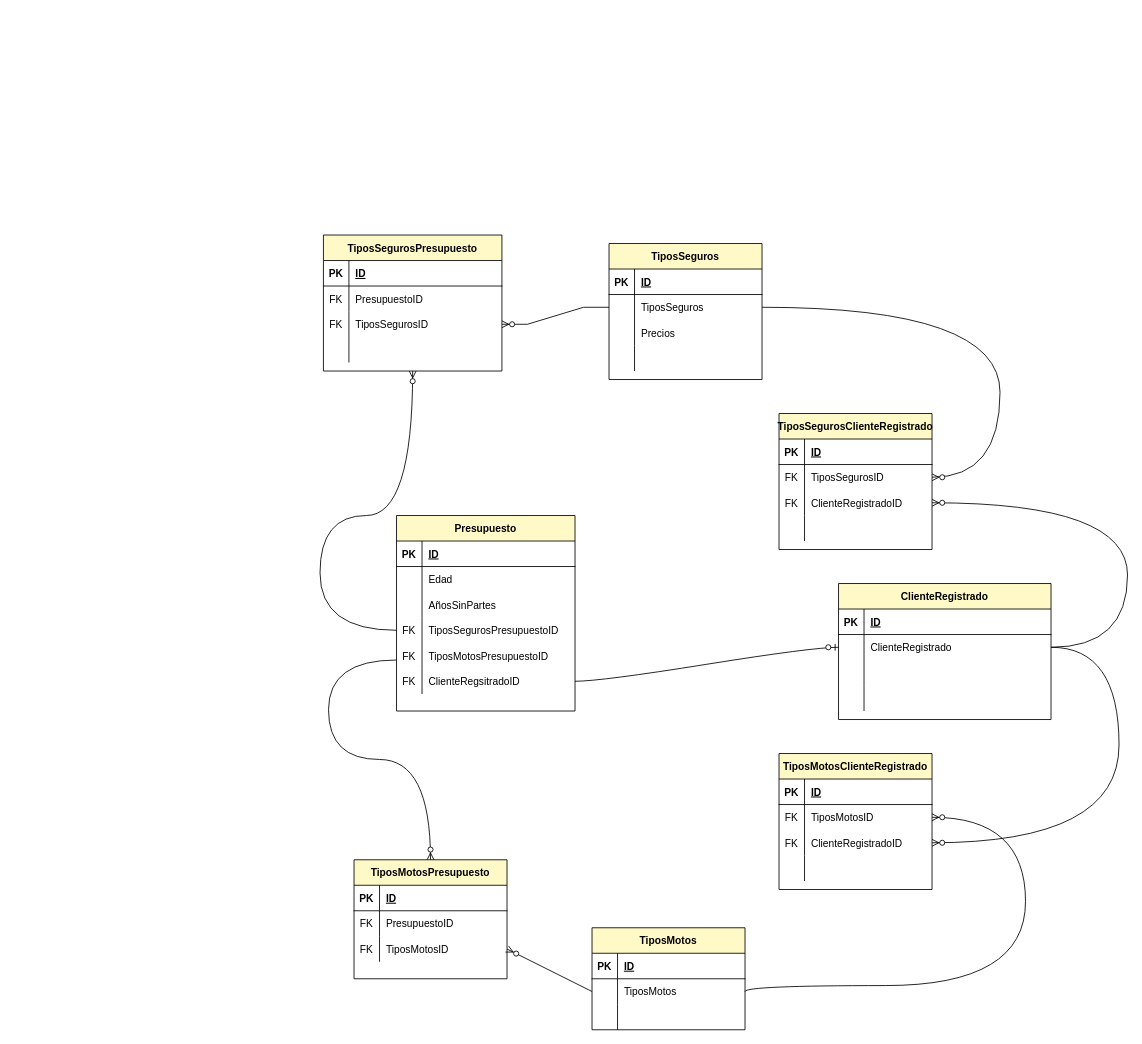
The draw.io diagram EjercicioSeguros.drawio in dawnrock/diagrams, before the edit. Source tidied: cells renumbered, new cells numbered last; positions are measured from the earlier drawing's top-left corner, leaving out a move shared by most shapes. Both pictures are drawn from the tidied source at 85%, with x=0, y=0 at pixel (320, 235).
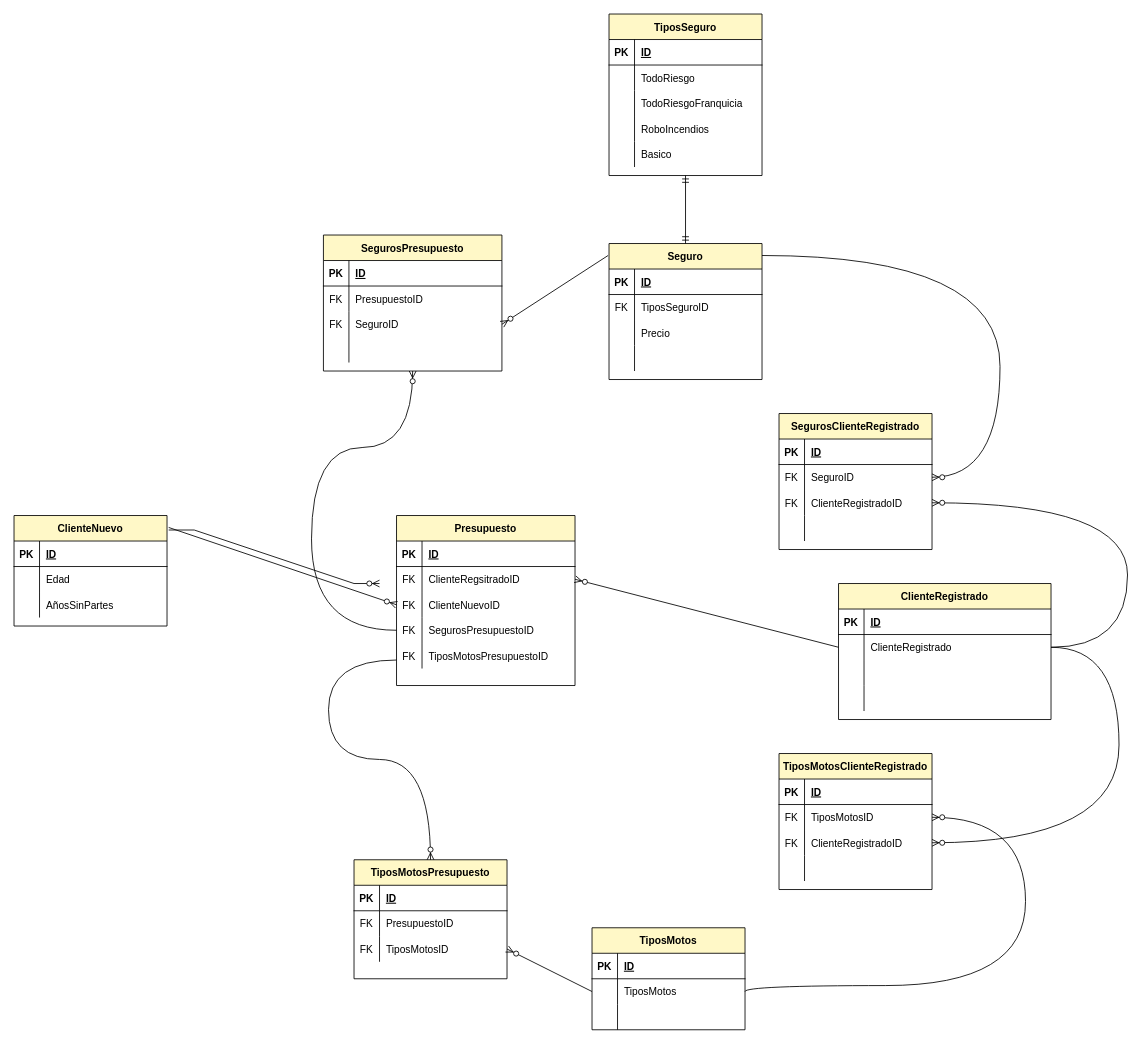
Above is the later version.

Unchanged cells that the change refers to:
```xml
<mxCell id="12" style="shape=partialRectangle;fillColor=none;top=0;left=0;bottom=0;right=0;points=[[0,0.5],[1,0.5]];portConstraint=eastwest;" parent="2" vertex="1">
  <mxGeometry y="120" width="210" height="30" as="geometry" />
</mxCell>
<mxCell id="35" style="shape=partialRectangle;fillColor=none;top=0;left=0;bottom=0;right=0;points=[[0,0.5],[1,0.5]];portConstraint=eastwest;" parent="31" vertex="1">
  <mxGeometry y="60" width="180" height="30" as="geometry" />
</mxCell>
<mxCell id="38" style="shape=partialRectangle;fillColor=none;top=0;left=0;bottom=0;right=0;" parent="31" vertex="1">
  <mxGeometry y="90" width="180" height="30" as="geometry" />
</mxCell>
<mxCell id="51" style="shape=partialRectangle;fillColor=none;top=0;left=0;bottom=0;right=0;points=[[0,0.5],[1,0.5]];portConstraint=eastwest;" parent="44" vertex="1">
  <mxGeometry y="90" width="210" height="30" as="geometry" />
</mxCell>
<mxCell id="73" style="shape=partialRectangle;fillColor=none;top=0;left=0;bottom=0;right=0;points=[[0,0.5],[1,0.5]];portConstraint=eastwest;" parent="69" vertex="1">
  <mxGeometry y="60" width="250" height="30" as="geometry" />
</mxCell>
<mxCell id="86" style="shape=partialRectangle;fillColor=none;top=0;left=0;bottom=0;right=0;points=[[0,0.5],[1,0.5]];portConstraint=eastwest;" parent="82" vertex="1">
  <mxGeometry y="60" width="180" height="30" as="geometry" />
</mxCell>
```

Change to the diagram source:
```diff
@@
     <mxCell id="2" value="Presupuesto" style="shape=table;startSize=30;childLayout=tableLayout;rowLines=0;fontStyle=1;align=center;fillColor=#FFF8C7;" parent="1" vertex="1">
-      <mxGeometry x="90" y="330" width="210" height="230" as="geometry" />
+      <mxGeometry x="90" y="330" width="210" height="200" as="geometry" />
     </mxCell>
@@
-    <mxCell id="6" style="shape=partialRectangle;fillColor=none;top=0;left=0;bottom=0;right=0;" parent="2" vertex="1">
-      <mxGeometry y="60" width="210" height="30" as="geometry" />
-    </mxCell>
-    <mxCell id="7" style="shape=partialRectangle;fillColor=none;top=0;left=0;bottom=0;right=0;overflow=hidden;" parent="6" vertex="1">
-      <mxGeometry width="30" height="30" as="geometry" />
-    </mxCell>
-    <mxCell id="8" value="Edad" style="shape=partialRectangle;fillColor=none;top=0;left=0;bottom=0;right=0;align=left;spacingLeft=6;overflow=hidden;" parent="6" vertex="1">
-      <mxGeometry x="30" width="180" height="30" as="geometry" />
-    </mxCell>
-    <mxCell id="9" style="shape=partialRectangle;fillColor=none;top=0;left=0;bottom=0;right=0;" parent="2" vertex="1">
-      <mxGeometry y="90" width="210" height="30" as="geometry" />
-    </mxCell>
-    <mxCell id="10" style="shape=partialRectangle;fillColor=none;top=0;left=0;bottom=0;right=0;overflow=hidden;" parent="9" vertex="1">
-      <mxGeometry width="30" height="30" as="geometry" />
-    </mxCell>
-    <mxCell id="11" value="AñosSinPartes" style="shape=partialRectangle;fillColor=none;top=0;left=0;bottom=0;right=0;align=left;spacingLeft=6;overflow=hidden;" parent="9" vertex="1">
-      <mxGeometry x="30" width="180" height="30" as="geometry" />
-    </mxCell>
+    <mxCell id="18" style="shape=partialRectangle;fillColor=none;top=0;left=0;bottom=0;right=0;points=[[0,0.5],[1,0.5]];portConstraint=eastwest;" parent="2" vertex="1">
+      <mxGeometry y="60" width="210" height="30" as="geometry" />
+    </mxCell>
+    <mxCell id="19" value="FK" style="shape=partialRectangle;fillColor=none;top=0;left=0;bottom=0;right=0;overflow=hidden;" parent="18" vertex="1">
+      <mxGeometry width="30" height="30" as="geometry" />
+    </mxCell>
+    <mxCell id="20" value="ClienteRegsitradoID" style="shape=partialRectangle;fillColor=none;top=0;left=0;bottom=0;right=0;align=left;spacingLeft=6;overflow=hidden;" parent="18" vertex="1">
+      <mxGeometry x="30" width="180" height="30" as="geometry" />
+    </mxCell>
+    <mxCell id="115" style="shape=partialRectangle;fillColor=none;top=0;left=0;bottom=0;right=0;points=[[0,0.5],[1,0.5]];portConstraint=eastwest;" parent="2" vertex="1">
+      <mxGeometry y="90" width="210" height="30" as="geometry" />
+    </mxCell>
+    <mxCell id="116" value="FK" style="shape=partialRectangle;fillColor=none;top=0;left=0;bottom=0;right=0;overflow=hidden;" parent="115" vertex="1">
+      <mxGeometry width="30" height="30" as="geometry" />
+    </mxCell>
+    <mxCell id="117" value="ClienteNuevoID" style="shape=partialRectangle;fillColor=none;top=0;left=0;bottom=0;right=0;align=left;spacingLeft=6;overflow=hidden;" parent="115" vertex="1">
+      <mxGeometry x="30" width="180" height="30" as="geometry" />
+    </mxCell>
@@
-    <mxCell id="14" value="TiposSegurosPresupuestoID" style="shape=partialRectangle;fillColor=none;top=0;left=0;bottom=0;right=0;align=left;spacingLeft=6;overflow=hidden;" parent="12" vertex="1">
+    <mxCell id="14" value="SegurosPresupuestoID" style="shape=partialRectangle;fillColor=none;top=0;left=0;bottom=0;right=0;align=left;spacingLeft=6;overflow=hidden;" parent="12" vertex="1">
       <mxGeometry x="30" width="180" height="30" as="geometry" />
     </mxCell>
@@
-    <mxCell id="18" style="shape=partialRectangle;fillColor=none;top=0;left=0;bottom=0;right=0;points=[[0,0.5],[1,0.5]];portConstraint=eastwest;" parent="2" vertex="1">
-      <mxGeometry y="180" width="210" height="30" as="geometry" />
-    </mxCell>
-    <mxCell id="19" value="FK" style="shape=partialRectangle;fillColor=none;top=0;left=0;bottom=0;right=0;overflow=hidden;" parent="18" vertex="1">
-      <mxGeometry width="30" height="30" as="geometry" />
-    </mxCell>
-    <mxCell id="20" value="ClienteRegsitradoID" style="shape=partialRectangle;fillColor=none;top=0;left=0;bottom=0;right=0;align=left;spacingLeft=6;overflow=hidden;" parent="18" vertex="1">
-      <mxGeometry x="30" width="180" height="30" as="geometry" />
-    </mxCell>
@@
-    <mxCell id="31" value="TiposSeguros" style="shape=table;startSize=30;childLayout=tableLayout;rowLines=0;fontStyle=1;align=center;fillColor=#FFF8C7;" parent="1" vertex="1">
+    <mxCell id="31" value="Seguro" style="shape=table;startSize=30;childLayout=tableLayout;rowLines=0;fontStyle=1;align=center;fillColor=#FFF8C7;" parent="1" vertex="1">
       <mxGeometry x="340" y="10" width="180" height="160" as="geometry" />
     </mxCell>
@@
-    <mxCell id="36" style="shape=partialRectangle;fillColor=none;top=0;left=0;bottom=0;right=0;overflow=hidden;" parent="35" vertex="1">
+    <mxCell id="36" value="FK" style="shape=partialRectangle;fillColor=none;top=0;left=0;bottom=0;right=0;overflow=hidden;" parent="35" vertex="1">
       <mxGeometry width="30" height="30" as="geometry" />
     </mxCell>
-    <mxCell id="37" value="TiposSeguros" style="shape=partialRectangle;fillColor=none;top=0;left=0;bottom=0;right=0;align=left;spacingLeft=6;overflow=hidden;" parent="35" vertex="1">
+    <mxCell id="37" value="TiposSeguroID" style="shape=partialRectangle;fillColor=none;top=0;left=0;bottom=0;right=0;align=left;spacingLeft=6;overflow=hidden;" parent="35" vertex="1">
       <mxGeometry x="30" width="150" height="30" as="geometry" />
     </mxCell>
@@
-    <mxCell id="40" value="Precios" style="shape=partialRectangle;fillColor=none;top=0;left=0;bottom=0;right=0;align=left;spacingLeft=6;overflow=hidden;" parent="38" vertex="1">
+    <mxCell id="40" value="Precio" style="shape=partialRectangle;fillColor=none;top=0;left=0;bottom=0;right=0;align=left;spacingLeft=6;overflow=hidden;" parent="38" vertex="1">
       <mxGeometry x="30" width="150" height="30" as="geometry" />
     </mxCell>
@@
-    <mxCell id="44" value="TiposSegurosPresupuesto" style="shape=table;startSize=30;childLayout=tableLayout;rowLines=0;fontStyle=1;align=center;fillColor=#FFF8C7;" parent="1" vertex="1">
+    <mxCell id="44" value="SegurosPresupuesto" style="shape=table;startSize=30;childLayout=tableLayout;rowLines=0;fontStyle=1;align=center;fillColor=#FFF8C7;" parent="1" vertex="1">
       <mxGeometry x="4" width="210" height="160" as="geometry" />
     </mxCell>
@@
-    <mxCell id="53" value="TiposSegurosID" style="shape=partialRectangle;fillColor=none;top=0;left=0;bottom=0;right=0;align=left;spacingLeft=6;overflow=hidden;" parent="51" vertex="1">
+    <mxCell id="53" value="SeguroID" style="shape=partialRectangle;fillColor=none;top=0;left=0;bottom=0;right=0;align=left;spacingLeft=6;overflow=hidden;" parent="51" vertex="1">
       <mxGeometry x="30" width="180" height="30" as="geometry" />
     </mxCell>
@@
-    <mxCell id="57" style="edgeStyle=entityRelationEdgeStyle;fontSize=12;html=1;endArrow=ERzeroToMany;endFill=1;rounded=0;entryX=1;entryY=0.5;entryDx=0;entryDy=0;exitX=0;exitY=0.5;exitDx=0;exitDy=0;" parent="1" edge="1" source="35" target="51">
+    <mxCell id="57" style="fontSize=12;html=1;endArrow=ERzeroToMany;endFill=1;rounded=0;entryX=1;entryY=0.5;entryDx=0;entryDy=0;exitX=-0.006;exitY=0.088;exitDx=0;exitDy=0;exitPerimeter=0;" parent="1" edge="1" source="31" target="51">
       <mxGeometry relative="1" as="geometry" />
     </mxCell>
     <mxCell id="58" style="fontSize=12;html=1;endArrow=ERzeroToMany;endFill=1;rounded=0;entryX=0.5;entryY=1;entryDx=0;entryDy=0;edgeStyle=orthogonalEdgeStyle;curved=1;exitX=0;exitY=0.5;exitDx=0;exitDy=0;" parent="1" edge="1" source="12" target="44">
       <mxGeometry relative="1" as="geometry">
         <Array as="points">
-          <mxPoint y="465" />
-          <mxPoint y="330" />
-          <mxPoint x="109" y="330" />
+          <mxPoint x="-10" y="465" />
+          <mxPoint x="-10" y="250" />
+          <mxPoint x="109" y="250" />
         </Array>
       </mxGeometry>
     </mxCell>
@@
-    <mxCell id="82" value="TiposSegurosClienteRegistrado" style="shape=table;startSize=30;childLayout=tableLayout;rowLines=0;fontStyle=1;align=center;fillColor=#FFF8C7;" parent="1" vertex="1">
+    <mxCell id="82" value="SegurosClienteRegistrado" style="shape=table;startSize=30;childLayout=tableLayout;rowLines=0;fontStyle=1;align=center;fillColor=#FFF8C7;" parent="1" vertex="1">
       <mxGeometry x="540" y="210" width="180" height="160" as="geometry" />
     </mxCell>
@@
-    <mxCell id="88" value="TiposSegurosID" style="shape=partialRectangle;fillColor=none;top=0;left=0;bottom=0;right=0;align=left;spacingLeft=6;overflow=hidden;" parent="86" vertex="1">
+    <mxCell id="88" value="SeguroID" style="shape=partialRectangle;fillColor=none;top=0;left=0;bottom=0;right=0;align=left;spacingLeft=6;overflow=hidden;" parent="86" vertex="1">
       <mxGeometry x="30" width="150" height="30" as="geometry" />
     </mxCell>
@@
-    <mxCell id="95" style="fontSize=12;html=1;endArrow=ERzeroToMany;endFill=1;rounded=0;entryX=1;entryY=0.5;entryDx=0;entryDy=0;exitX=1;exitY=0.5;exitDx=0;exitDy=0;edgeStyle=orthogonalEdgeStyle;curved=1;" parent="1" edge="1" source="35" target="86">
+    <mxCell id="95" style="fontSize=12;html=1;endArrow=ERzeroToMany;endFill=1;rounded=0;entryX=1;entryY=0.5;entryDx=0;entryDy=0;exitX=1;exitY=0.088;exitDx=0;exitDy=0;edgeStyle=orthogonalEdgeStyle;curved=1;exitPerimeter=0;" parent="1" edge="1" source="31" target="86">
       <mxGeometry relative="1" as="geometry">
         <Array as="points">
-          <mxPoint x="800" y="85" />
+          <mxPoint x="800" y="24" />
           <mxPoint x="800" y="285" />
         </Array>
       </mxGeometry>
     </mxCell>
@@
-    <mxCell id="97" style="edgeStyle=entityRelationEdgeStyle;fontSize=12;html=1;endArrow=ERzeroToOne;endFill=1;rounded=0;curved=1;entryX=0;entryY=0.5;entryDx=0;entryDy=0;" parent="1" edge="1" target="73">
-      <mxGeometry relative="1" as="geometry">
-        <mxPoint x="300" y="525" as="sourcePoint" />
-      </mxGeometry>
-    </mxCell>
@@
+    <mxCell id="118" style="fontSize=12;html=1;endArrow=ERzeroToMany;endFill=1;rounded=0;exitX=0;exitY=0.5;exitDx=0;exitDy=0;entryX=1;entryY=0.5;entryDx=0;entryDy=0;" parent="1" edge="1" source="73" target="18">
+      <mxGeometry relative="1" as="geometry" />
+    </mxCell>
+    <mxCell id="119" value="ClienteNuevo" style="shape=table;startSize=30;childLayout=tableLayout;rowLines=0;fontStyle=1;align=center;fillColor=#FFF8C7;" parent="1" vertex="1">
+      <mxGeometry x="-360" y="330" width="180" height="130" as="geometry" />
+    </mxCell>
+    <mxCell id="120" style="shape=partialRectangle;fillColor=none;top=0;left=0;bottom=1;right=0;" parent="119" vertex="1">
+      <mxGeometry y="30" width="180" height="30" as="geometry" />
+    </mxCell>
+    <mxCell id="121" value="PK" style="shape=partialRectangle;fillColor=none;top=0;left=0;bottom=0;right=0;fontStyle=1;overflow=hidden;" parent="120" vertex="1">
+      <mxGeometry width="30" height="30" as="geometry" />
+    </mxCell>
+    <mxCell id="122" value="ID" style="shape=partialRectangle;fillColor=none;top=0;left=0;bottom=0;right=0;align=left;spacingLeft=6;fontStyle=5;overflow=hidden;" parent="120" vertex="1">
+      <mxGeometry x="30" width="150" height="30" as="geometry" />
+    </mxCell>
+    <mxCell id="6" style="shape=partialRectangle;fillColor=none;top=0;left=0;bottom=0;right=0;" parent="119" vertex="1">
+      <mxGeometry y="60" width="180" height="30" as="geometry" />
+    </mxCell>
+    <mxCell id="7" style="shape=partialRectangle;fillColor=none;top=0;left=0;bottom=0;right=0;overflow=hidden;" parent="6" vertex="1">
+      <mxGeometry width="30" height="30" as="geometry" />
+    </mxCell>
+    <mxCell id="8" value="Edad" style="shape=partialRectangle;fillColor=none;top=0;left=0;bottom=0;right=0;align=left;spacingLeft=6;overflow=hidden;" parent="6" vertex="1">
+      <mxGeometry x="30" width="150" height="30" as="geometry" />
+    </mxCell>
+    <mxCell id="9" style="shape=partialRectangle;fillColor=none;top=0;left=0;bottom=0;right=0;" parent="119" vertex="1">
+      <mxGeometry y="90" width="180" height="30" as="geometry" />
+    </mxCell>
+    <mxCell id="10" style="shape=partialRectangle;fillColor=none;top=0;left=0;bottom=0;right=0;overflow=hidden;" parent="9" vertex="1">
+      <mxGeometry width="30" height="30" as="geometry" />
+    </mxCell>
+    <mxCell id="11" value="AñosSinPartes" style="shape=partialRectangle;fillColor=none;top=0;left=0;bottom=0;right=0;align=left;spacingLeft=6;overflow=hidden;" parent="9" vertex="1">
+      <mxGeometry x="30" width="150" height="30" as="geometry" />
+    </mxCell>
+    <mxCell id="123" style="edgeStyle=entityRelationEdgeStyle;fontSize=12;html=1;endArrow=ERzeroToMany;endFill=1;rounded=0;exitX=1.011;exitY=0.131;exitDx=0;exitDy=0;exitPerimeter=0;" parent="1" edge="1" source="119">
+      <mxGeometry relative="1" as="geometry">
+        <mxPoint x="70" y="410" as="targetPoint" />
+      </mxGeometry>
+    </mxCell>
+    <mxCell id="124" style="fontSize=12;html=1;endArrow=ERzeroToMany;endFill=1;rounded=0;exitX=1.011;exitY=0.108;exitDx=0;exitDy=0;exitPerimeter=0;entryX=0;entryY=0.5;entryDx=0;entryDy=0;" parent="1" edge="1" source="119" target="115">
+      <mxGeometry relative="1" as="geometry" />
+    </mxCell>
+    <mxCell id="125" value="TiposSeguro" style="shape=table;startSize=30;childLayout=tableLayout;rowLines=0;fontStyle=1;align=center;fillColor=#FFF8C7;" parent="1" vertex="1">
+      <mxGeometry x="340" y="-260" width="180" height="190" as="geometry" />
+    </mxCell>
+    <mxCell id="126" style="shape=partialRectangle;fillColor=none;top=0;left=0;bottom=1;right=0;" parent="125" vertex="1">
+      <mxGeometry y="30" width="180" height="30" as="geometry" />
+    </mxCell>
+    <mxCell id="127" value="PK" style="shape=partialRectangle;fillColor=none;top=0;left=0;bottom=0;right=0;fontStyle=1;overflow=hidden;" parent="126" vertex="1">
+      <mxGeometry width="30" height="30" as="geometry" />
+    </mxCell>
+    <mxCell id="128" value="ID" style="shape=partialRectangle;fillColor=none;top=0;left=0;bottom=0;right=0;align=left;spacingLeft=6;fontStyle=5;overflow=hidden;" parent="126" vertex="1">
+      <mxGeometry x="30" width="150" height="30" as="geometry" />
+    </mxCell>
+    <mxCell id="129" style="shape=partialRectangle;fillColor=none;top=0;left=0;bottom=0;right=0;" parent="125" vertex="1">
+      <mxGeometry y="60" width="180" height="30" as="geometry" />
+    </mxCell>
+    <mxCell id="130" style="shape=partialRectangle;fillColor=none;top=0;left=0;bottom=0;right=0;overflow=hidden;" parent="129" vertex="1">
+      <mxGeometry width="30" height="30" as="geometry" />
+    </mxCell>
+    <mxCell id="131" value="TodoRiesgo" style="shape=partialRectangle;fillColor=none;top=0;left=0;bottom=0;right=0;align=left;spacingLeft=6;overflow=hidden;" parent="129" vertex="1">
+      <mxGeometry x="30" width="150" height="30" as="geometry" />
+    </mxCell>
+    <mxCell id="132" style="shape=partialRectangle;fillColor=none;top=0;left=0;bottom=0;right=0;" parent="125" vertex="1">
+      <mxGeometry y="90" width="180" height="30" as="geometry" />
+    </mxCell>
+    <mxCell id="133" style="shape=partialRectangle;fillColor=none;top=0;left=0;bottom=0;right=0;overflow=hidden;" parent="132" vertex="1">
+      <mxGeometry width="30" height="30" as="geometry" />
+    </mxCell>
+    <mxCell id="134" value="TodoRiesgoFranquicia" style="shape=partialRectangle;fillColor=none;top=0;left=0;bottom=0;right=0;align=left;spacingLeft=6;overflow=hidden;" parent="132" vertex="1">
+      <mxGeometry x="30" width="150" height="30" as="geometry" />
+    </mxCell>
+    <mxCell id="135" style="shape=partialRectangle;fillColor=none;top=0;left=0;bottom=0;right=0;" parent="125" vertex="1">
+      <mxGeometry y="120" width="180" height="30" as="geometry" />
+    </mxCell>
+    <mxCell id="136" style="shape=partialRectangle;fillColor=none;top=0;left=0;bottom=0;right=0;overflow=hidden;" parent="135" vertex="1">
+      <mxGeometry width="30" height="30" as="geometry" />
+    </mxCell>
+    <mxCell id="137" value="RoboIncendios" style="shape=partialRectangle;fillColor=none;top=0;left=0;bottom=0;right=0;align=left;spacingLeft=6;overflow=hidden;" parent="135" vertex="1">
+      <mxGeometry x="30" width="150" height="30" as="geometry" />
+    </mxCell>
+    <mxCell id="138" style="shape=partialRectangle;fillColor=none;top=0;left=0;bottom=0;right=0;" parent="125" vertex="1">
+      <mxGeometry y="150" width="180" height="30" as="geometry" />
+    </mxCell>
+    <mxCell id="139" style="shape=partialRectangle;fillColor=none;top=0;left=0;bottom=0;right=0;overflow=hidden;" parent="138" vertex="1">
+      <mxGeometry width="30" height="30" as="geometry" />
+    </mxCell>
+    <mxCell id="140" value="Basico" style="shape=partialRectangle;fillColor=none;top=0;left=0;bottom=0;right=0;align=left;spacingLeft=6;overflow=hidden;" parent="138" vertex="1">
+      <mxGeometry x="30" width="150" height="30" as="geometry" />
+    </mxCell>
+    <mxCell id="141" style="fontSize=12;html=1;endArrow=ERmandOne;startArrow=ERmandOne;rounded=0;exitX=0.5;exitY=0;exitDx=0;exitDy=0;entryX=0.5;entryY=1;entryDx=0;entryDy=0;" parent="1" edge="1" source="31" target="125">
+      <mxGeometry relative="1" as="geometry" />
+    </mxCell>
```
